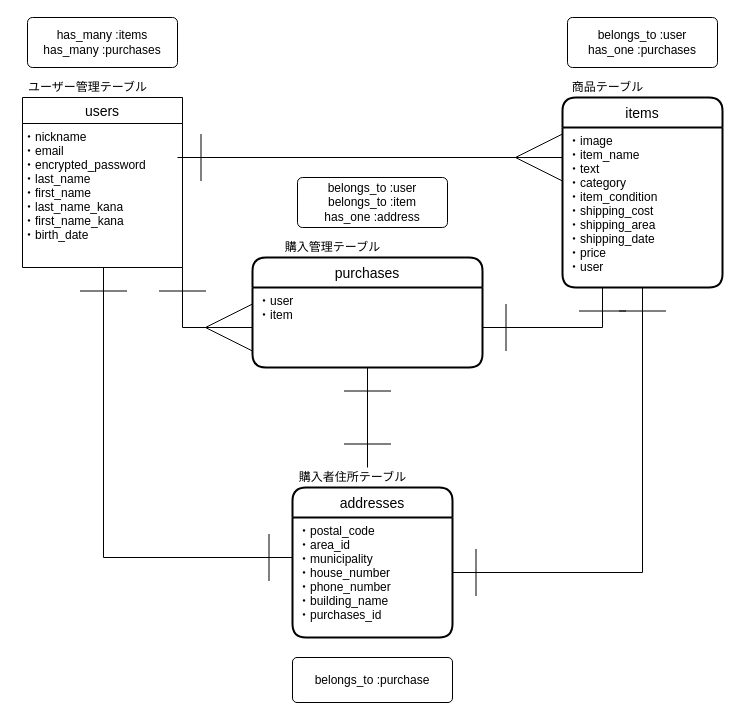
The draw.io diagram furima.dio in tsunbow/furima-32881, before the edit. Source tidied: cells renumbered, new cells numbered last; positions are measured from the earlier drawing's top-left corner, leaving out a move shared by most shapes. Both pictures are drawn from the tidied source at 100%, with x=0, y=0 at pixel (17, 17).
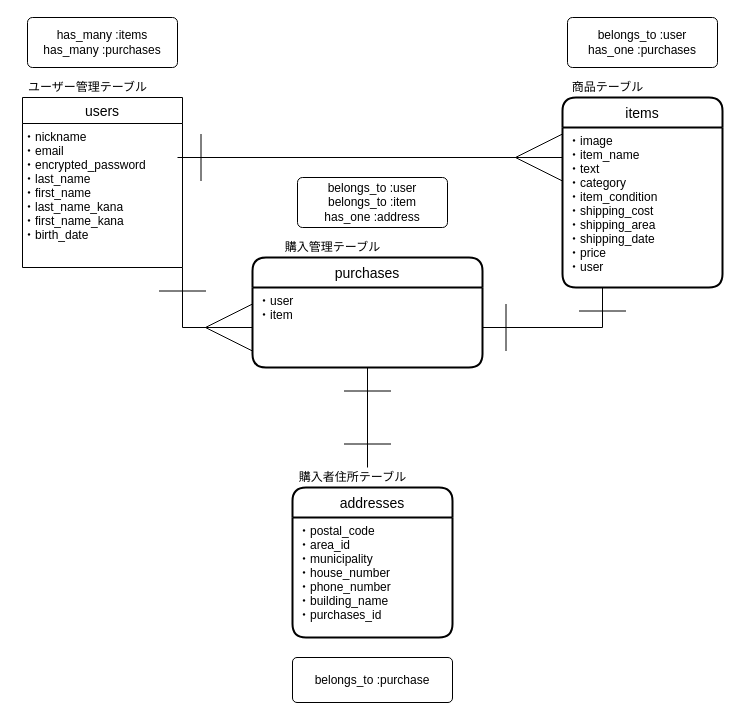
After the change.

Unchanged cells that the change refers to:
```xml
<mxCell id="2" value="addresses" style="swimlane;horizontal=1;startSize=30;rounded=1;fontSize=14;fontStyle=0;strokeWidth=2;shadow=0;dashed=0;align=center;" parent="1" vertex="1">
  <mxGeometry x="275" y="470" width="160" height="150" as="geometry" />
</mxCell>
<mxCell id="3" value="・postal_code &#10;・area_id &#10;・municipality &#10;・house_number &#10;・phone_number&#10;・building_name&#10;・purchases_id&#10;&#10;" style="align=left;strokeColor=none;fillColor=none;spacingLeft=4;fontSize=12;verticalAlign=top;" parent="2" vertex="1">
  <mxGeometry y="30" width="160" height="120" as="geometry" />
</mxCell>
<mxCell id="5" value="・image&#10;・item_name&#10;・text&#10;・category&#10;・item_condition&#10;・shipping_cost&#10;・shipping_area&#10;・shipping_date&#10;・price&#10;・user" style="align=left;strokeColor=none;fillColor=none;spacingLeft=4;fontSize=12;verticalAlign=top;" parent="4" vertex="1">
  <mxGeometry y="30" width="160" height="160" as="geometry" />
</mxCell>
```

Diff of the diagram source:
```diff
@@
-    <mxCell id="9" style="edgeStyle=orthogonalEdgeStyle;rounded=0;jumpSize=19;jettySize=auto;html=1;startArrow=ERone;startFill=0;startSize=45;endArrow=ERone;endFill=0;endSize=45;targetPerimeterSpacing=0;" parent="1" edge="1" target="2">
-      <mxGeometry relative="1" as="geometry">
-        <mxPoint x="86" y="250" as="sourcePoint" />
-        <Array as="points">
-          <mxPoint x="86" y="540" />
-        </Array>
-      </mxGeometry>
-    </mxCell>
-    <mxCell id="10" style="edgeStyle=orthogonalEdgeStyle;rounded=0;jumpSize=19;jettySize=auto;html=1;entryX=0.5;entryY=1;entryDx=0;entryDy=0;startArrow=ERone;startFill=0;startSize=45;endArrow=ERone;endFill=0;endSize=45;targetPerimeterSpacing=0;" parent="1" edge="1" source="3" target="5">
-      <mxGeometry relative="1" as="geometry">
-        <Array as="points">
-          <mxPoint x="625" y="555" />
-        </Array>
-      </mxGeometry>
-    </mxCell>
```
